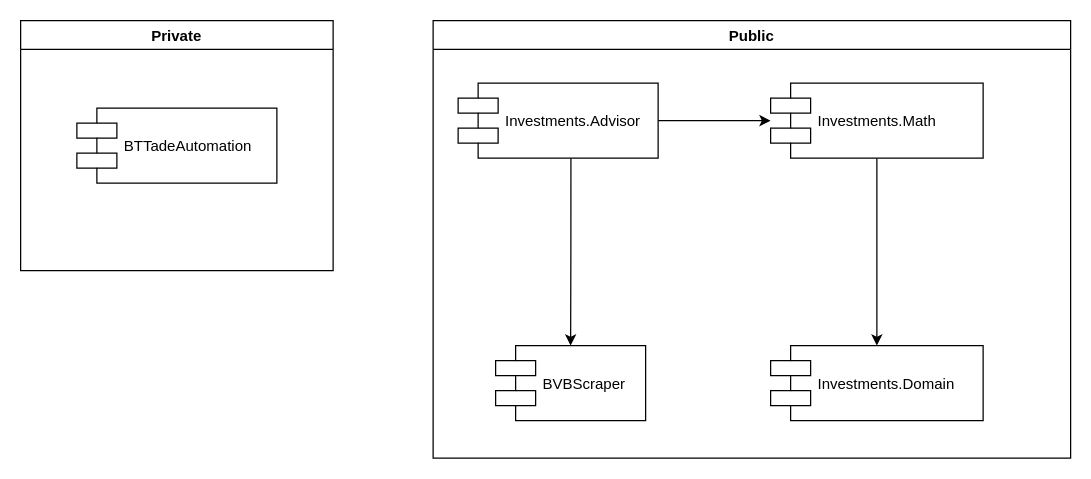
coosmiin/BVBScraper keeps this draw.io diagram as docs/high level architecture.drawio. Above is the earlier version. Source tidied: cells renumbered, new cells numbered last; positions are measured from the earlier drawing's top-left corner, leaving out a move shared by most shapes. Both pictures are drawn from the tidied source at 125%, with x=0, y=0 at pixel (20, 20).
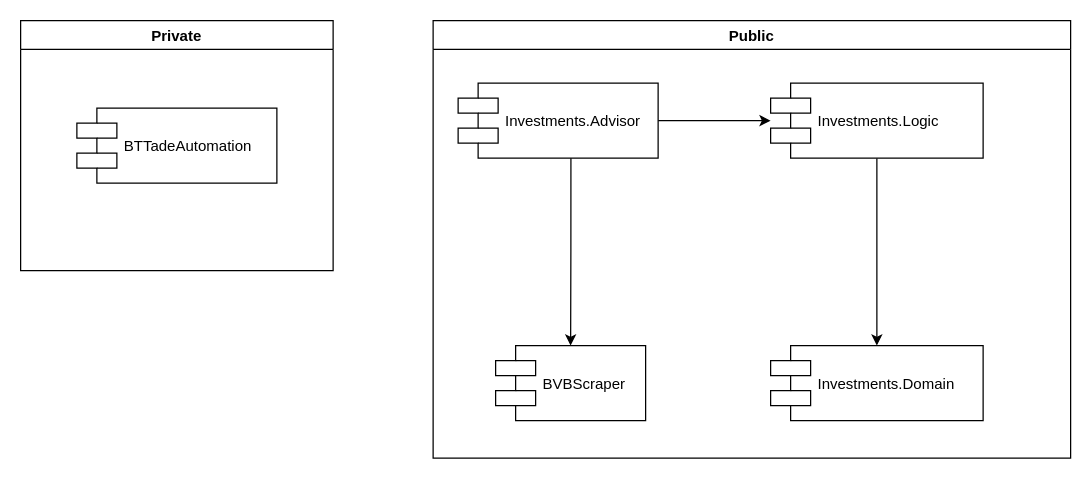
The same page after the edit.

Diff of the diagram source:
```diff
@@
 <mxGraphModel>
   <root>
     <mxCell id="0" />
     <mxCell id="1" parent="0" />
     <mxCell id="2" value="Private" style="swimlane;" parent="1" vertex="1">
       <mxGeometry width="250" height="200" as="geometry" />
     </mxCell>
     <mxCell id="3" value="BTTadeAutomation" style="shape=component;align=left;spacingLeft=36;" parent="2" vertex="1">
       <mxGeometry x="45" y="70" width="160" height="60" as="geometry" />
     </mxCell>
     <mxCell id="4" value="Public" style="swimlane;" parent="1" vertex="1">
       <mxGeometry x="330" width="510" height="350" as="geometry" />
     </mxCell>
     <mxCell id="5" style="edgeStyle=orthogonalEdgeStyle;rounded=0;jettySize=auto;html=1;exitX=0.564;exitY=0.983;exitDx=0;exitDy=0;exitPerimeter=0;" parent="4" edge="1" source="7" target="8">
       <mxGeometry relative="1" as="geometry" />
     </mxCell>
     <mxCell id="6" style="edgeStyle=orthogonalEdgeStyle;rounded=0;jettySize=auto;html=1;exitX=1;exitY=0.5;exitDx=0;exitDy=0;" parent="4" edge="1" source="7" target="10">
       <mxGeometry relative="1" as="geometry" />
     </mxCell>
     <mxCell id="7" value="Investments.Advisor" style="shape=component;align=left;spacingLeft=36;" parent="4" vertex="1">
       <mxGeometry x="20" y="50" width="160" height="60" as="geometry" />
     </mxCell>
     <mxCell id="8" value="BVBScraper" style="shape=component;align=left;spacingLeft=36;" parent="4" vertex="1">
       <mxGeometry x="50" y="260" width="120" height="60" as="geometry" />
     </mxCell>
     <mxCell id="9" style="edgeStyle=orthogonalEdgeStyle;rounded=0;jettySize=auto;html=1;" parent="4" edge="1" source="10" target="11">
       <mxGeometry relative="1" as="geometry" />
     </mxCell>
-    <mxCell id="10" value="Investments.Math" style="shape=component;align=left;spacingLeft=36;" parent="4" vertex="1">
+    <mxCell id="10" value="Investments.Logic" style="shape=component;align=left;spacingLeft=36;" parent="4" vertex="1">
       <mxGeometry x="270" y="50" width="170" height="60" as="geometry" />
     </mxCell>
     <mxCell id="11" value="Investments.Domain" style="shape=component;align=left;spacingLeft=36;" parent="4" vertex="1">
       <mxGeometry x="270" y="260" width="170" height="60" as="geometry" />
     </mxCell>
   </root>
 </mxGraphModel>
```
